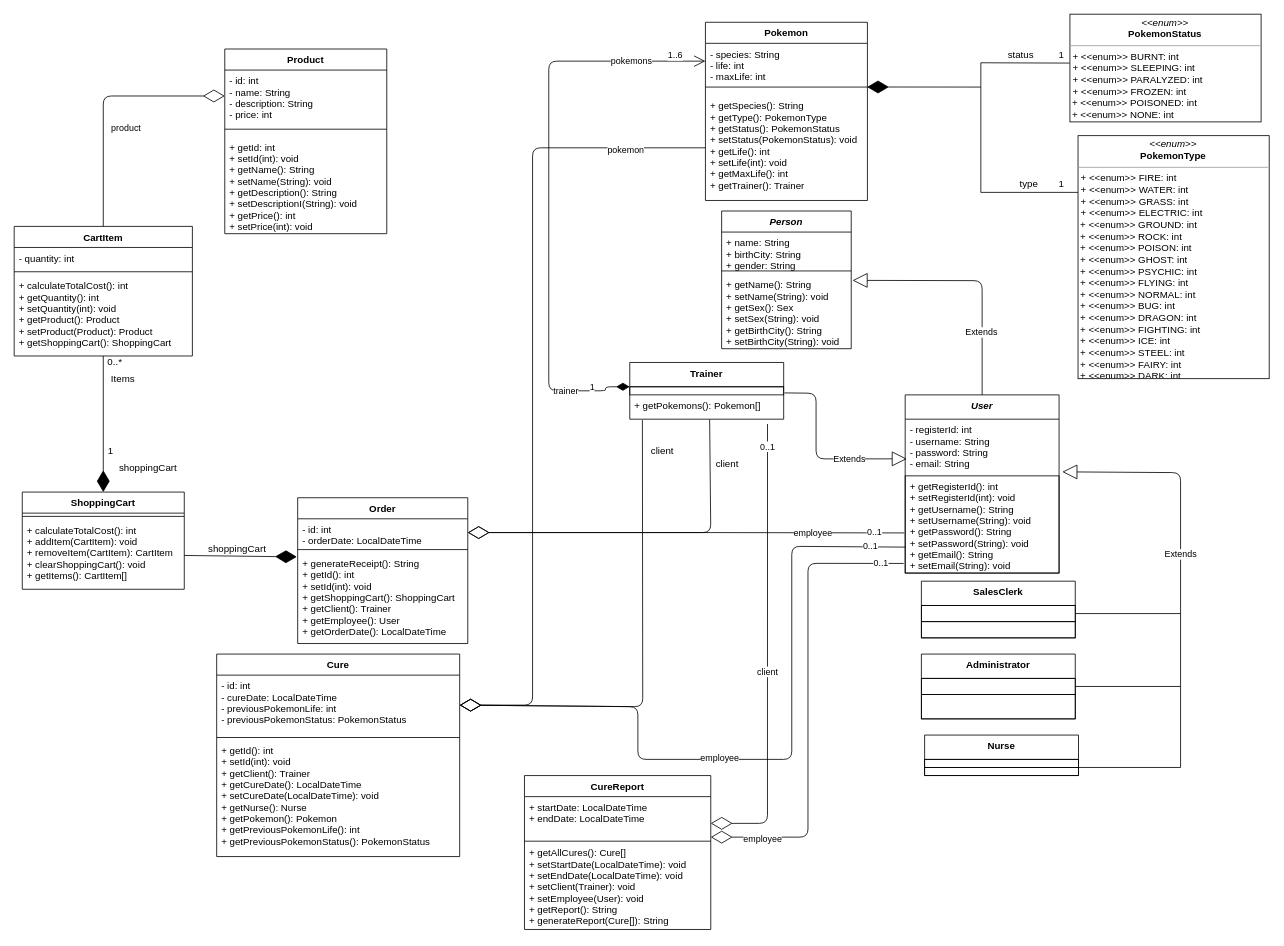
Earlier version of the draw.io diagram Project Documents/IP2ProjectUML.drawio (HenriqueSabino/Ip2Project). Source tidied: cells renumbered, new cells numbered last; positions are measured from the earlier drawing's top-left corner, leaving out a move shared by most shapes. Both pictures are drawn from the tidied source at 81%, with x=0, y=0 at pixel (14, 14).
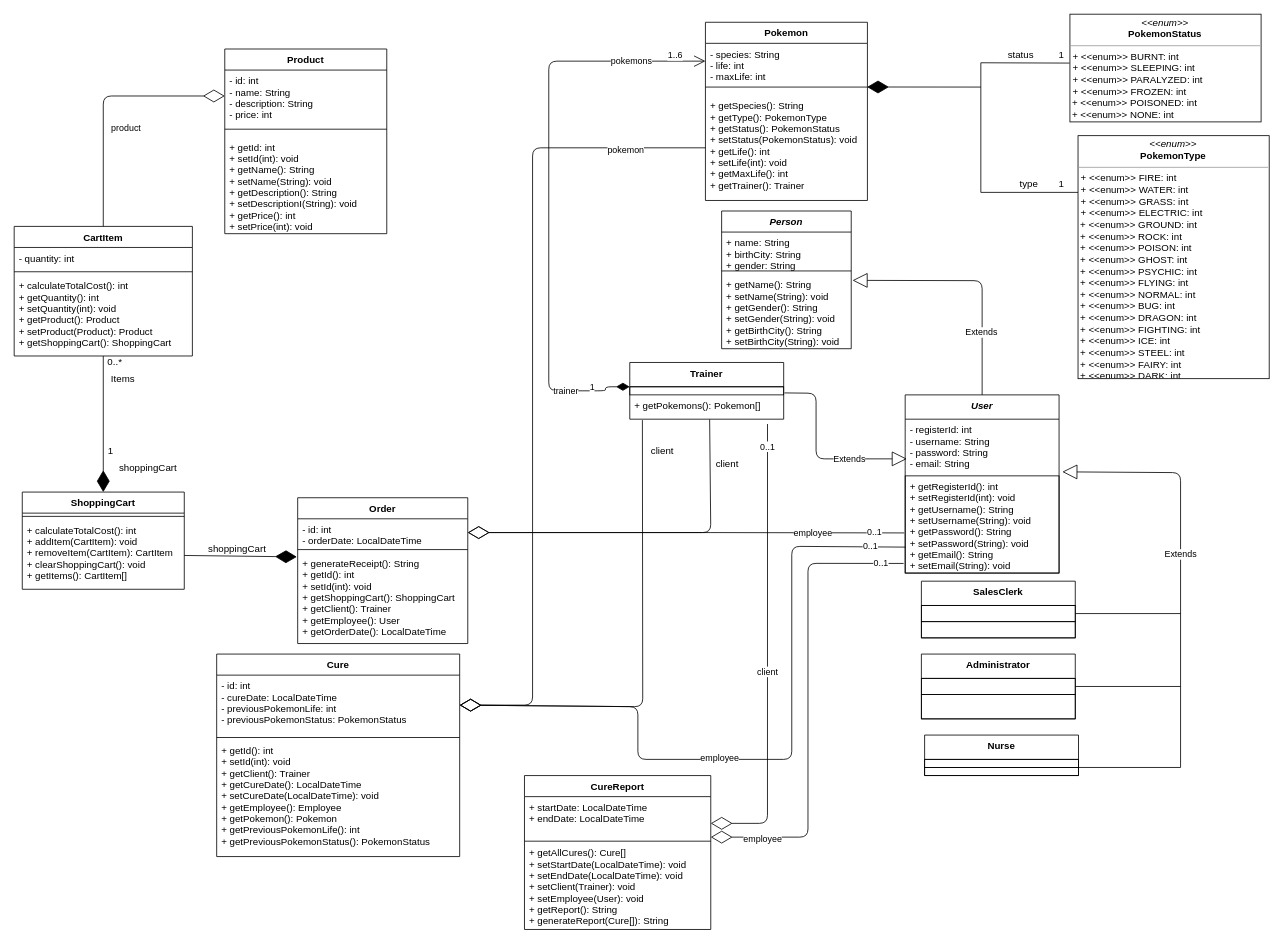
After the change.

The change refers to these unchanged cells:
```xml
<mxCell id="55" value="Person" style="swimlane;fontStyle=3;align=center;verticalAlign=top;horizontal=1;startSize=26;" parent="1" vertex="1">
  <mxGeometry x="873.4" y="243" width="160" height="170" as="geometry" />
</mxCell>
<mxCell id="71" value="Cure" style="swimlane;fontStyle=1;align=center;verticalAlign=top;horizontal=1;startSize=26;" parent="1" vertex="1">
  <mxGeometry x="250" y="790" width="300" height="250" as="geometry" />
</mxCell>
```

Change to the diagram source:
```diff
@@
-    <mxCell id="58" value="+ getName(): String&#10;+ setName(String): void&#10;+ getSex(): Sex&#10;+ setSex(String): void&#10;+ getBirthCity(): String&#10;+ setBirthCity(String): void" style="text;strokeColor=none;fillColor=none;align=left;verticalAlign=top;spacingLeft=4;spacingRight=4;overflow=hidden;points=[[0,0.5],[1,0.5]];portConstraint=eastwest;" parent="55" vertex="1">
+    <mxCell id="58" value="+ getName(): String&#10;+ setName(String): void&#10;+ getGender(): String&#10;+ setGender(String): void&#10;+ getBirthCity(): String&#10;+ setBirthCity(String): void" style="text;strokeColor=none;fillColor=none;align=left;verticalAlign=top;spacingLeft=4;spacingRight=4;overflow=hidden;points=[[0,0.5],[1,0.5]];portConstraint=eastwest;" parent="55" vertex="1">
       <mxGeometry y="78" width="160" height="92" as="geometry" />
     </mxCell>
@@
-    <mxCell id="74" value="+ getId(): int&#10;+ setId(int): void&#10;+ getClient(): Trainer&#10;+ getCureDate(): LocalDateTime&#10;+ setCureDate(LocalDateTime): void&#10;+ getNurse(): Nurse&#10;+ getPokemon(): Pokemon&#10;+ getPreviousPokemonLife(): int&#10;+ getPreviousPokemonStatus(): PokemonStatus" style="text;strokeColor=none;fillColor=none;align=left;verticalAlign=top;spacingLeft=4;spacingRight=4;overflow=hidden;" parent="71" vertex="1">
+    <mxCell id="74" value="+ getId(): int&#10;+ setId(int): void&#10;+ getClient(): Trainer&#10;+ getCureDate(): LocalDateTime&#10;+ setCureDate(LocalDateTime): void&#10;+ getEmployee(): Employee&#10;+ getPokemon(): Pokemon&#10;+ getPreviousPokemonLife(): int&#10;+ getPreviousPokemonStatus(): PokemonStatus" style="text;strokeColor=none;fillColor=none;align=left;verticalAlign=top;spacingLeft=4;spacingRight=4;overflow=hidden;" parent="71" vertex="1">
       <mxGeometry y="106" width="300" height="144" as="geometry" />
     </mxCell>
```
